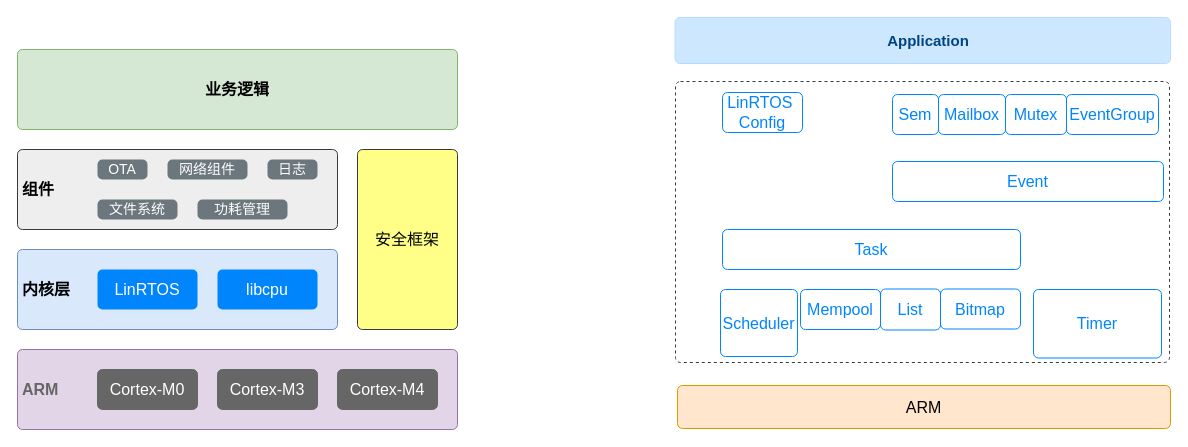
Above: LinRTOS.drawio in DaLinYYY/Diagram (draw.io), before the change. Source tidied: cells renumbered, new cells numbered last; positions are measured from the earlier drawing's top-left corner, leaving out a move shared by most shapes. Both pictures are drawn from the tidied source at 100%, with x=0, y=0 at pixel (17, 17).
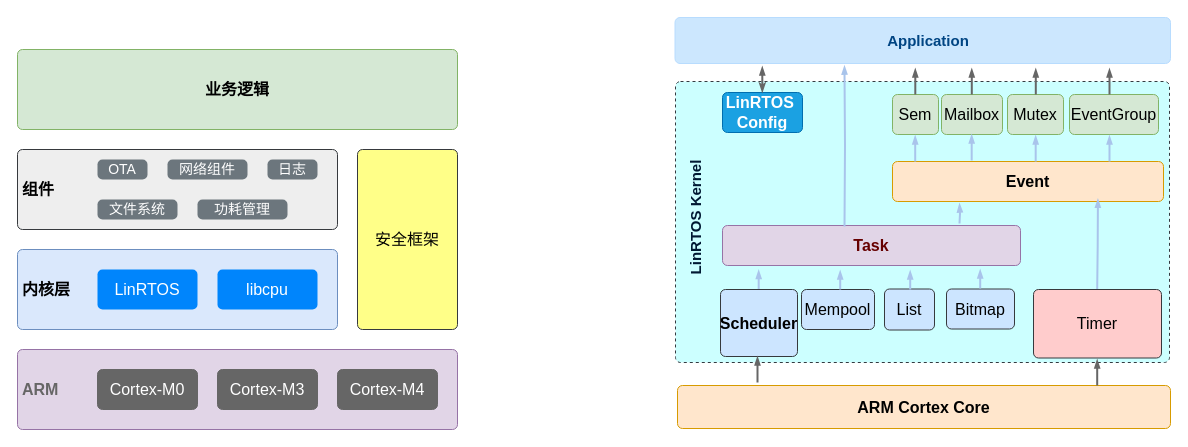
After the change.

The change refers to these unchanged cells:
```xml
<mxCell id="30" value="&lt;b&gt;&lt;font style=&quot;font-size: 15px&quot;&gt;Application&lt;/font&gt;&lt;/b&gt;" style="html=1;shadow=0;dashed=0;shape=mxgraph.bootstrap.rrect;rSize=5;strokeColor=#B8DCFE;strokeWidth=1;fillColor=#CCE7FE;fontColor=#004583;whiteSpace=wrap;align=center;verticalAlign=middle;spacingLeft=10;" parent="1" vertex="1">
  <mxGeometry x="657.5" width="495.5" height="46" as="geometry" />
</mxCell>
```

What changed in the source:
```diff
@@
-    <mxCell id="2" style="html=1;shadow=0;dashed=1;shape=mxgraph.bootstrap.rrect;rSize=5;strokeColor=#343A40;strokeWidth=1;fillColor=none;fontColor=#343A40;whiteSpace=wrap;align=center;verticalAlign=middle;spacingLeft=0;fontStyle=0;fontSize=16;spacing=5;" parent="1" vertex="1">
+    <mxCell id="2" style="html=1;shadow=0;dashed=1;shape=mxgraph.bootstrap.rrect;rSize=5;strokeColor=#343A40;strokeWidth=1;fillColor=#CCFFFF;fontColor=#343A40;whiteSpace=wrap;align=center;verticalAlign=middle;spacingLeft=0;fontStyle=0;fontSize=16;spacing=5;" parent="1" vertex="1">
       <mxGeometry x="658" y="64" width="494" height="281" as="geometry" />
     </mxCell>
@@
-    <mxCell id="18" value="List" style="html=1;shadow=0;dashed=0;shape=mxgraph.bootstrap.rrect;rSize=5;strokeColor=#0085FC;strokeWidth=1;fillColor=none;fontColor=#0085FC;whiteSpace=wrap;align=center;verticalAlign=middle;spacingLeft=0;fontStyle=0;fontSize=16;spacing=5;" parent="1" vertex="1">
-      <mxGeometry x="863" y="271.5" width="60" height="41" as="geometry" />
+    <mxCell id="18" value="List" style="html=1;shadow=0;dashed=0;shape=mxgraph.bootstrap.rrect;rSize=5;strokeColor=#36393d;strokeWidth=1;fillColor=#cce5ff;whiteSpace=wrap;align=center;verticalAlign=middle;spacingLeft=0;fontStyle=0;fontSize=16;spacing=5;" parent="1" vertex="1">
+      <mxGeometry x="867" y="271.5" width="50" height="41" as="geometry" />
     </mxCell>
-    <mxCell id="19" value="Task" style="html=1;shadow=0;dashed=0;shape=mxgraph.bootstrap.rrect;rSize=5;strokeColor=#0085FC;strokeWidth=1;fillColor=none;fontColor=#0085FC;whiteSpace=wrap;align=center;verticalAlign=middle;spacingLeft=0;fontStyle=0;fontSize=16;spacing=5;" parent="1" vertex="1">
-      <mxGeometry x="705" y="212" width="298" height="40" as="geometry" />
+    <mxCell id="19" value="&lt;b&gt;&lt;font color=&quot;#660000&quot;&gt;Task&lt;/font&gt;&lt;/b&gt;" style="html=1;shadow=0;dashed=0;shape=mxgraph.bootstrap.rrect;rSize=5;strokeColor=#9673a6;strokeWidth=1;fillColor=#e1d5e7;whiteSpace=wrap;align=center;verticalAlign=middle;spacingLeft=0;fontStyle=0;fontSize=16;spacing=5;" parent="1" vertex="1">
+      <mxGeometry x="705" y="208" width="298" height="40" as="geometry" />
     </mxCell>
-    <mxCell id="20" value="Bitmap" style="html=1;shadow=0;dashed=0;shape=mxgraph.bootstrap.rrect;rSize=5;strokeColor=#0085FC;strokeWidth=1;fillColor=none;fontColor=#0085FC;whiteSpace=wrap;align=center;verticalAlign=middle;spacingLeft=0;fontStyle=0;fontSize=16;spacing=5;" parent="1" vertex="1">
-      <mxGeometry x="923" y="271.5" width="80" height="40" as="geometry" />
+    <mxCell id="20" value="Bitmap" style="html=1;shadow=0;dashed=0;shape=mxgraph.bootstrap.rrect;rSize=5;strokeColor=#36393d;strokeWidth=1;fillColor=#cce5ff;whiteSpace=wrap;align=center;verticalAlign=middle;spacingLeft=0;fontStyle=0;fontSize=16;spacing=5;" parent="1" vertex="1">
+      <mxGeometry x="929" y="271.5" width="68" height="40" as="geometry" />
     </mxCell>
-    <mxCell id="21" value="Timer" style="html=1;shadow=0;dashed=0;shape=mxgraph.bootstrap.rrect;rSize=5;strokeColor=#0085FC;strokeWidth=1;fillColor=none;fontColor=#0085FC;whiteSpace=wrap;align=center;verticalAlign=middle;spacingLeft=0;fontStyle=0;fontSize=16;spacing=5;" parent="1" vertex="1">
+    <mxCell id="21" value="Timer" style="html=1;shadow=0;dashed=0;shape=mxgraph.bootstrap.rrect;rSize=5;strokeColor=#36393d;strokeWidth=1;fillColor=#ffcccc;whiteSpace=wrap;align=center;verticalAlign=middle;spacingLeft=0;fontStyle=0;fontSize=16;spacing=5;" parent="1" vertex="1">
       <mxGeometry x="1016" y="272" width="128" height="68.5" as="geometry" />
     </mxCell>
-    <mxCell id="22" value="Event" style="html=1;shadow=0;dashed=0;shape=mxgraph.bootstrap.rrect;rSize=5;strokeColor=#0085FC;strokeWidth=1;fillColor=none;fontColor=#0085FC;whiteSpace=wrap;align=center;verticalAlign=middle;spacingLeft=0;fontStyle=0;fontSize=16;spacing=5;" parent="1" vertex="1">
+    <mxCell id="22" value="&lt;b&gt;Event&lt;/b&gt;" style="html=1;shadow=0;dashed=0;shape=mxgraph.bootstrap.rrect;rSize=5;strokeColor=#d79b00;strokeWidth=1;fillColor=#ffe6cc;whiteSpace=wrap;align=center;verticalAlign=middle;spacingLeft=0;fontStyle=0;fontSize=16;spacing=5;" parent="1" vertex="1">
       <mxGeometry x="875" y="144" width="271" height="40" as="geometry" />
     </mxCell>
-    <mxCell id="23" value="ARM" style="html=1;shadow=0;dashed=0;shape=mxgraph.bootstrap.rrect;rSize=5;strokeColor=#d79b00;strokeWidth=1;fillColor=#ffe6cc;whiteSpace=wrap;align=center;verticalAlign=middle;spacingLeft=0;fontStyle=0;fontSize=16;spacing=5;" parent="1" vertex="1">
+    <mxCell id="23" value="&lt;b&gt;ARM Cortex Core&lt;/b&gt;" style="html=1;shadow=0;dashed=0;shape=mxgraph.bootstrap.rrect;rSize=5;strokeColor=#d79b00;strokeWidth=1;fillColor=#ffe6cc;whiteSpace=wrap;align=center;verticalAlign=middle;spacingLeft=0;fontStyle=0;fontSize=16;spacing=5;" parent="1" vertex="1">
       <mxGeometry x="660" y="368" width="493" height="43" as="geometry" />
     </mxCell>
-    <mxCell id="24" value="Scheduler" style="html=1;shadow=0;dashed=0;shape=mxgraph.bootstrap.rrect;rSize=5;strokeColor=#0085FC;strokeWidth=1;fillColor=none;fontColor=#0085FC;whiteSpace=wrap;align=center;verticalAlign=middle;spacingLeft=0;fontStyle=0;fontSize=16;spacing=5;" parent="1" vertex="1">
+    <mxCell id="24" value="&lt;b&gt;Scheduler&lt;/b&gt;" style="html=1;shadow=0;dashed=0;shape=mxgraph.bootstrap.rrect;rSize=5;strokeColor=#36393d;strokeWidth=1;fillColor=#cce5ff;whiteSpace=wrap;align=center;verticalAlign=middle;spacingLeft=0;fontStyle=0;fontSize=16;spacing=5;" parent="1" vertex="1">
       <mxGeometry x="703" y="272" width="77" height="67" as="geometry" />
     </mxCell>
-    <mxCell id="25" value="Sem" style="html=1;shadow=0;dashed=0;shape=mxgraph.bootstrap.rrect;rSize=5;strokeColor=#0085FC;strokeWidth=1;fillColor=none;fontColor=#0085FC;whiteSpace=wrap;align=center;verticalAlign=middle;spacingLeft=0;fontStyle=0;fontSize=16;spacing=5;" parent="1" vertex="1">
+    <mxCell id="25" value="Sem" style="html=1;shadow=0;dashed=0;shape=mxgraph.bootstrap.rrect;rSize=5;strokeColor=#82b366;strokeWidth=1;fillColor=#d5e8d4;whiteSpace=wrap;align=center;verticalAlign=middle;spacingLeft=0;fontStyle=0;fontSize=16;spacing=5;" parent="1" vertex="1">
       <mxGeometry x="875" y="77" width="46" height="40" as="geometry" />
     </mxCell>
-    <mxCell id="26" value="Mailbox" style="html=1;shadow=0;dashed=0;shape=mxgraph.bootstrap.rrect;rSize=5;strokeColor=#0085FC;strokeWidth=1;fillColor=none;fontColor=#0085FC;whiteSpace=wrap;align=center;verticalAlign=middle;spacingLeft=0;fontStyle=0;fontSize=16;spacing=5;" parent="1" vertex="1">
-      <mxGeometry x="921" y="77" width="67" height="40" as="geometry" />
+    <mxCell id="26" value="Mailbox" style="html=1;shadow=0;dashed=0;shape=mxgraph.bootstrap.rrect;rSize=5;strokeColor=#82b366;strokeWidth=1;fillColor=#d5e8d4;whiteSpace=wrap;align=center;verticalAlign=middle;spacingLeft=0;fontStyle=0;fontSize=16;spacing=5;" parent="1" vertex="1">
+      <mxGeometry x="924" y="77" width="61" height="40" as="geometry" />
     </mxCell>
-    <mxCell id="27" value="Mutex" style="html=1;shadow=0;dashed=0;shape=mxgraph.bootstrap.rrect;rSize=5;strokeColor=#0085FC;strokeWidth=1;fillColor=none;fontColor=#0085FC;whiteSpace=wrap;align=center;verticalAlign=middle;spacingLeft=0;fontStyle=0;fontSize=16;spacing=5;" parent="1" vertex="1">
-      <mxGeometry x="988" y="77" width="61" height="40" as="geometry" />
+    <mxCell id="27" value="Mutex" style="html=1;shadow=0;dashed=0;shape=mxgraph.bootstrap.rrect;rSize=5;strokeColor=#82b366;strokeWidth=1;fillColor=#d5e8d4;whiteSpace=wrap;align=center;verticalAlign=middle;spacingLeft=0;fontStyle=0;fontSize=16;spacing=5;" parent="1" vertex="1">
+      <mxGeometry x="990" y="77" width="56" height="40" as="geometry" />
     </mxCell>
-    <mxCell id="28" value="EventGroup" style="html=1;shadow=0;dashed=0;shape=mxgraph.bootstrap.rrect;rSize=5;strokeColor=#0085FC;strokeWidth=1;fillColor=none;fontColor=#0085FC;whiteSpace=wrap;align=center;verticalAlign=middle;spacingLeft=0;fontStyle=0;fontSize=16;spacing=5;" parent="1" vertex="1">
-      <mxGeometry x="1049" y="77" width="92" height="40" as="geometry" />
+    <mxCell id="28" value="EventGroup" style="html=1;shadow=0;dashed=0;shape=mxgraph.bootstrap.rrect;rSize=5;strokeColor=#82b366;strokeWidth=1;fillColor=#d5e8d4;whiteSpace=wrap;align=center;verticalAlign=middle;spacingLeft=0;fontStyle=0;fontSize=16;spacing=5;" parent="1" vertex="1">
+      <mxGeometry x="1052" y="77" width="89" height="40" as="geometry" />
     </mxCell>
-    <mxCell id="29" value="Mempool" style="html=1;shadow=0;dashed=0;shape=mxgraph.bootstrap.rrect;rSize=5;strokeColor=#0085FC;strokeWidth=1;fillColor=none;fontColor=#0085FC;whiteSpace=wrap;align=center;verticalAlign=middle;spacingLeft=0;fontStyle=0;fontSize=16;spacing=5;" parent="1" vertex="1">
-      <mxGeometry x="783" y="272" width="80" height="40" as="geometry" />
+    <mxCell id="29" value="Mempool" style="html=1;shadow=0;dashed=0;shape=mxgraph.bootstrap.rrect;rSize=5;strokeColor=#36393d;strokeWidth=1;fillColor=#cce5ff;whiteSpace=wrap;align=center;verticalAlign=middle;spacingLeft=0;fontStyle=0;fontSize=16;spacing=5;" parent="1" vertex="1">
+      <mxGeometry x="784" y="272" width="73" height="40" as="geometry" />
     </mxCell>
@@
-    <mxCell id="31" value="LinRTOS&amp;nbsp;&lt;br&gt;Config" style="html=1;shadow=0;dashed=0;shape=mxgraph.bootstrap.rrect;rSize=5;strokeColor=#0085FC;strokeWidth=1;fillColor=none;fontColor=#0085FC;whiteSpace=wrap;align=center;verticalAlign=middle;spacingLeft=0;fontStyle=0;fontSize=16;spacing=5;" parent="1" vertex="1">
+    <mxCell id="31" value="&lt;b&gt;LinRTOS&amp;nbsp;&lt;br&gt;Config&lt;/b&gt;" style="html=1;shadow=0;dashed=0;shape=mxgraph.bootstrap.rrect;rSize=5;strokeColor=#006EAF;strokeWidth=1;fillColor=#1ba1e2;fontColor=#ffffff;whiteSpace=wrap;align=center;verticalAlign=middle;spacingLeft=0;fontStyle=0;fontSize=16;spacing=5;" parent="1" vertex="1">
       <mxGeometry x="705" y="75" width="80" height="40" as="geometry" />
     </mxCell>
+    <mxCell id="32" value="&lt;b&gt;&lt;font color=&quot;#001933&quot;&gt;LinRTOS Kernel&lt;/font&gt;&lt;/b&gt;" style="text;html=1;align=center;verticalAlign=middle;strokeColor=none;fillColor=none;fontSize=15;fontColor=#666666;rotation=-90;" parent="1" vertex="1">
+      <mxGeometry x="615" y="190" width="125" height="22" as="geometry" />
+    </mxCell>
+    <mxCell id="33" style="edgeStyle=orthogonalEdgeStyle;fontSize=12;html=1;endArrow=blockThin;endFill=1;rounded=0;strokeWidth=2;endSize=4;startSize=4;dashed=0;strokeColor=#666666;fontColor=#001933;" parent="1" edge="1">
+      <mxGeometry relative="1" as="geometry">
+        <mxPoint x="1092" y="77" as="sourcePoint" />
+        <mxPoint x="1092" y="51" as="targetPoint" />
+      </mxGeometry>
+    </mxCell>
+    <mxCell id="34" style="edgeStyle=orthogonalEdgeStyle;fontSize=12;html=1;endArrow=blockThin;endFill=1;rounded=0;strokeWidth=2;endSize=4;startSize=4;dashed=0;strokeColor=#666666;fontColor=#001933;startArrow=classicThin;startFill=1;" parent="1" edge="1">
+      <mxGeometry relative="1" as="geometry">
+        <mxPoint x="744.8" y="75" as="sourcePoint" />
+        <mxPoint x="744.8" y="49" as="targetPoint" />
+      </mxGeometry>
+    </mxCell>
+    <mxCell id="35" style="edgeStyle=orthogonalEdgeStyle;fontSize=12;html=1;endArrow=blockThin;endFill=1;rounded=0;strokeWidth=2;endSize=4;startSize=4;dashed=0;strokeColor=#666666;fontColor=#001933;" parent="1" edge="1">
+      <mxGeometry relative="1" as="geometry">
+        <mxPoint x="897.8" y="77" as="sourcePoint" />
+        <mxPoint x="897.8" y="51" as="targetPoint" />
+      </mxGeometry>
+    </mxCell>
+    <mxCell id="36" style="edgeStyle=orthogonalEdgeStyle;fontSize=12;html=1;endArrow=blockThin;endFill=1;rounded=0;strokeWidth=2;endSize=4;startSize=4;dashed=0;strokeColor=#666666;fontColor=#001933;" parent="1" edge="1">
+      <mxGeometry relative="1" as="geometry">
+        <mxPoint x="1018.3" y="77" as="sourcePoint" />
+        <mxPoint x="1018.3" y="51" as="targetPoint" />
+      </mxGeometry>
+    </mxCell>
+    <mxCell id="37" style="edgeStyle=orthogonalEdgeStyle;fontSize=12;html=1;endArrow=blockThin;endFill=1;rounded=0;strokeWidth=2;endSize=4;startSize=4;dashed=0;strokeColor=#666666;fontColor=#001933;" parent="1" edge="1">
+      <mxGeometry relative="1" as="geometry">
+        <mxPoint x="954.3" y="77" as="sourcePoint" />
+        <mxPoint x="954.3" y="51" as="targetPoint" />
+      </mxGeometry>
+    </mxCell>
+    <mxCell id="38" style="edgeStyle=orthogonalEdgeStyle;fontSize=12;html=1;endArrow=blockThin;endFill=1;rounded=0;strokeWidth=2;endSize=4;startSize=4;dashed=0;strokeColor=#A9C4EB;fontColor=#001933;entryX=0.342;entryY=1.047;entryDx=0;entryDy=0;entryPerimeter=0;" parent="1" edge="1" target="30">
+      <mxGeometry relative="1" as="geometry">
+        <mxPoint x="827" y="209" as="sourcePoint" />
+      </mxGeometry>
+    </mxCell>
+    <mxCell id="39" style="edgeStyle=orthogonalEdgeStyle;fontSize=12;html=1;endArrow=blockThin;endFill=1;rounded=0;strokeWidth=2;endSize=4;startSize=4;dashed=0;strokeColor=#A9C4EB;fontColor=#001933;" parent="1" edge="1">
+      <mxGeometry relative="1" as="geometry">
+        <mxPoint x="1092" y="144" as="sourcePoint" />
+        <mxPoint x="1092" y="118" as="targetPoint" />
+      </mxGeometry>
+    </mxCell>
+    <mxCell id="40" style="edgeStyle=orthogonalEdgeStyle;fontSize=12;html=1;endArrow=blockThin;endFill=1;rounded=0;strokeWidth=2;endSize=4;startSize=4;dashed=0;strokeColor=#A9C4EB;fontColor=#001933;" parent="1" edge="1">
+      <mxGeometry relative="1" as="geometry">
+        <mxPoint x="1018.2" y="144" as="sourcePoint" />
+        <mxPoint x="1018.2" y="118" as="targetPoint" />
+      </mxGeometry>
+    </mxCell>
+    <mxCell id="41" style="edgeStyle=orthogonalEdgeStyle;fontSize=12;html=1;endArrow=blockThin;endFill=1;rounded=0;strokeWidth=2;endSize=4;startSize=4;dashed=0;strokeColor=#A9C4EB;fontColor=#001933;" parent="1" edge="1">
+      <mxGeometry relative="1" as="geometry">
+        <mxPoint x="954.2" y="143" as="sourcePoint" />
+        <mxPoint x="954.2" y="117" as="targetPoint" />
+      </mxGeometry>
+    </mxCell>
+    <mxCell id="42" style="edgeStyle=orthogonalEdgeStyle;fontSize=12;html=1;endArrow=blockThin;endFill=1;rounded=0;strokeWidth=2;endSize=4;startSize=4;dashed=0;strokeColor=#A9C4EB;fontColor=#001933;" parent="1" edge="1">
+      <mxGeometry relative="1" as="geometry">
+        <mxPoint x="897.7" y="144" as="sourcePoint" />
+        <mxPoint x="897.7" y="118" as="targetPoint" />
+      </mxGeometry>
+    </mxCell>
+    <mxCell id="43" style="edgeStyle=orthogonalEdgeStyle;fontSize=12;html=1;endArrow=blockThin;endFill=1;rounded=0;strokeWidth=2;endSize=4;startSize=4;dashed=0;strokeColor=#A9C4EB;fontColor=#001933;" parent="1" edge="1">
+      <mxGeometry relative="1" as="geometry">
+        <mxPoint x="942" y="206" as="sourcePoint" />
+        <mxPoint x="942" y="186" as="targetPoint" />
+      </mxGeometry>
+    </mxCell>
+    <mxCell id="44" style="edgeStyle=orthogonalEdgeStyle;fontSize=12;html=1;endArrow=blockThin;endFill=1;rounded=0;strokeWidth=2;endSize=4;startSize=4;dashed=0;strokeColor=#A9C4EB;fontColor=#001933;" parent="1" edge="1">
+      <mxGeometry relative="1" as="geometry">
+        <mxPoint x="741.2" y="271.5" as="sourcePoint" />
+        <mxPoint x="741.2" y="252.5" as="targetPoint" />
+      </mxGeometry>
+    </mxCell>
+    <mxCell id="45" style="edgeStyle=orthogonalEdgeStyle;fontSize=12;html=1;endArrow=blockThin;endFill=1;rounded=0;strokeWidth=2;endSize=4;startSize=4;dashed=0;strokeColor=#A9C4EB;fontColor=#001933;entryX=0.758;entryY=0.934;entryDx=0;entryDy=0;entryPerimeter=0;" parent="1" edge="1" target="22">
+      <mxGeometry relative="1" as="geometry">
+        <mxPoint x="1079.7" y="271.5" as="sourcePoint" />
+      </mxGeometry>
+    </mxCell>
+    <mxCell id="46" style="edgeStyle=orthogonalEdgeStyle;fontSize=12;html=1;endArrow=blockThin;endFill=1;rounded=0;strokeWidth=2;endSize=4;startSize=4;dashed=0;strokeColor=#666666;fontColor=#001933;" parent="1" edge="1">
+      <mxGeometry relative="1" as="geometry">
+        <mxPoint x="1079.7" y="368" as="sourcePoint" />
+        <mxPoint x="1079.7" y="342" as="targetPoint" />
+      </mxGeometry>
+    </mxCell>
+    <mxCell id="47" style="edgeStyle=orthogonalEdgeStyle;fontSize=12;html=1;endArrow=blockThin;endFill=1;rounded=0;strokeWidth=2;endSize=4;startSize=4;dashed=0;strokeColor=#666666;fontColor=#001933;" parent="1" edge="1">
+      <mxGeometry relative="1" as="geometry">
+        <mxPoint x="740" y="365" as="sourcePoint" />
+        <mxPoint x="740" y="339" as="targetPoint" />
+      </mxGeometry>
+    </mxCell>
+    <mxCell id="48" style="edgeStyle=orthogonalEdgeStyle;fontSize=12;html=1;endArrow=blockThin;endFill=1;rounded=0;strokeWidth=2;endSize=4;startSize=4;dashed=0;strokeColor=#A9C4EB;fontColor=#001933;" parent="1" edge="1">
+      <mxGeometry relative="1" as="geometry">
+        <mxPoint x="822.7" y="272" as="sourcePoint" />
+        <mxPoint x="822.7" y="253" as="targetPoint" />
+      </mxGeometry>
+    </mxCell>
+    <mxCell id="49" style="edgeStyle=orthogonalEdgeStyle;fontSize=12;html=1;endArrow=blockThin;endFill=1;rounded=0;strokeWidth=2;endSize=4;startSize=4;dashed=0;strokeColor=#A9C4EB;fontColor=#001933;" parent="1" edge="1">
+      <mxGeometry relative="1" as="geometry">
+        <mxPoint x="892.7" y="272" as="sourcePoint" />
+        <mxPoint x="892.7" y="253" as="targetPoint" />
+      </mxGeometry>
+    </mxCell>
+    <mxCell id="50" style="edgeStyle=orthogonalEdgeStyle;fontSize=12;html=1;endArrow=blockThin;endFill=1;rounded=0;strokeWidth=2;endSize=4;startSize=4;dashed=0;strokeColor=#A9C4EB;fontColor=#001933;" parent="1" edge="1">
+      <mxGeometry relative="1" as="geometry">
+        <mxPoint x="962.7" y="271" as="sourcePoint" />
+        <mxPoint x="962.7" y="252" as="targetPoint" />
+      </mxGeometry>
+    </mxCell>
```
